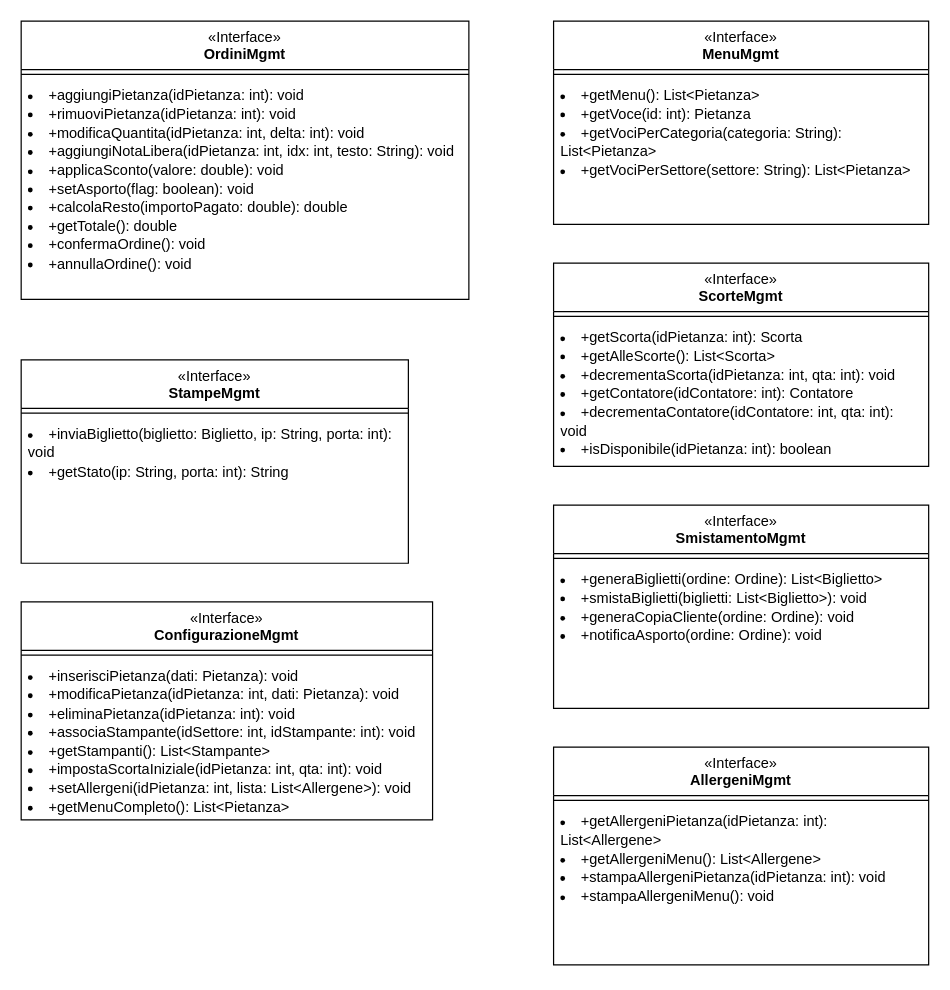
Before: ITERAZIONE_2/DIAGRAMMI/UML_Class_Diagram_Interface.drawio in TomasoniFrancesco/Progetto-PAC, a draw.io diagram. Source tidied: cells renumbered, new cells numbered last; positions are measured from the earlier drawing's top-left corner, leaving out a move shared by most shapes. Both pictures are drawn from the tidied source at 121%, with x=0, y=0 at pixel (21, 21).
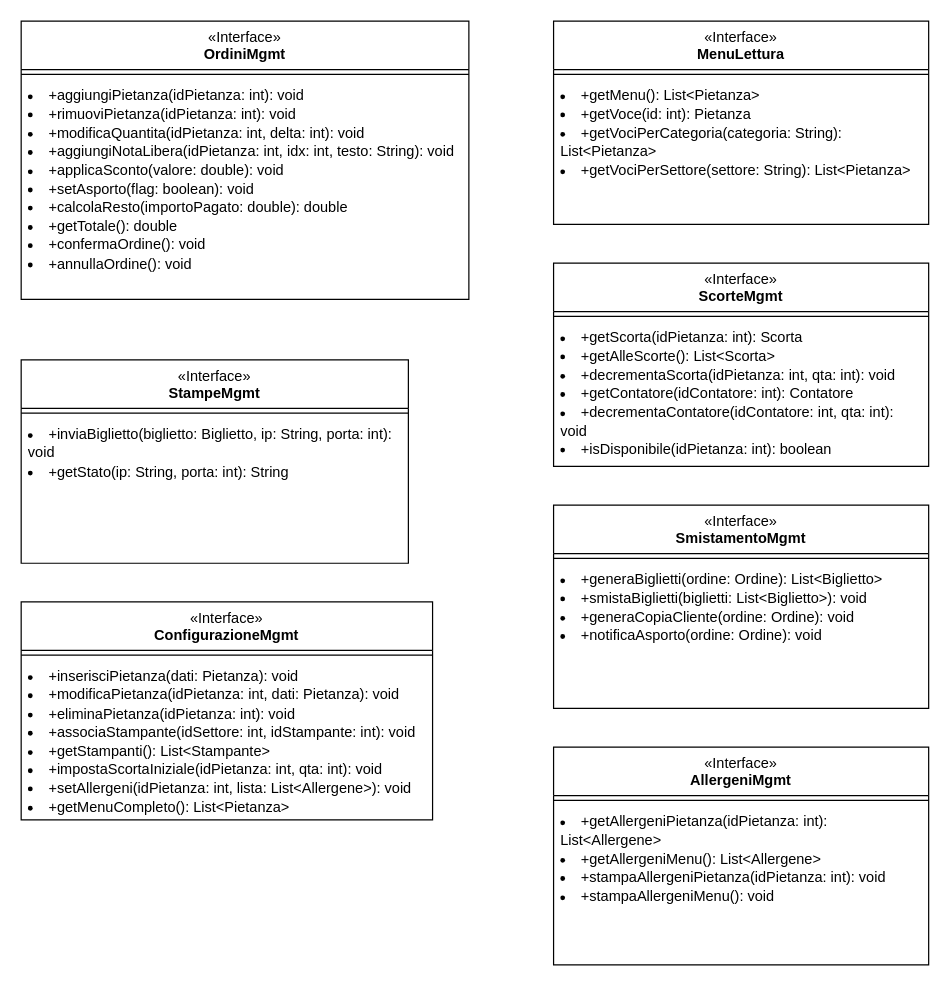
After the change.

The edit, as a diff of the source:
```diff
@@
-    <mxCell id="8" value="&lt;div style=&quot;text-align: center;&quot;&gt;&lt;span style=&quot;background-color: transparent; font-weight: 400;&quot;&gt;«I&lt;/span&gt;&lt;span style=&quot;background-color: transparent; color: light-dark(rgb(0, 0, 0), rgb(255, 255, 255)); font-weight: normal;&quot;&gt;nterface&lt;/span&gt;&lt;span style=&quot;background-color: transparent; font-weight: 400;&quot;&gt;»&lt;/span&gt;&lt;/div&gt;MenuMgmt" style="swimlane;fontStyle=1;align=center;verticalAlign=top;horizontal=1;startSize=40;whiteSpace=wrap;html=1;" parent="1" vertex="1">
+    <mxCell id="8" value="&lt;div style=&quot;text-align: center;&quot;&gt;&lt;span style=&quot;background-color: transparent; font-weight: 400;&quot;&gt;«I&lt;/span&gt;&lt;span style=&quot;background-color: transparent; color: light-dark(rgb(0, 0, 0), rgb(255, 255, 255)); font-weight: normal;&quot;&gt;nterface&lt;/span&gt;&lt;span style=&quot;background-color: transparent; font-weight: 400;&quot;&gt;»&lt;/span&gt;&lt;/div&gt;MenuLettura" style="swimlane;fontStyle=1;align=center;verticalAlign=top;horizontal=1;startSize=40;whiteSpace=wrap;html=1;" parent="1" vertex="1">
       <mxGeometry x="440" width="310" height="168" as="geometry" />
     </mxCell>
```
